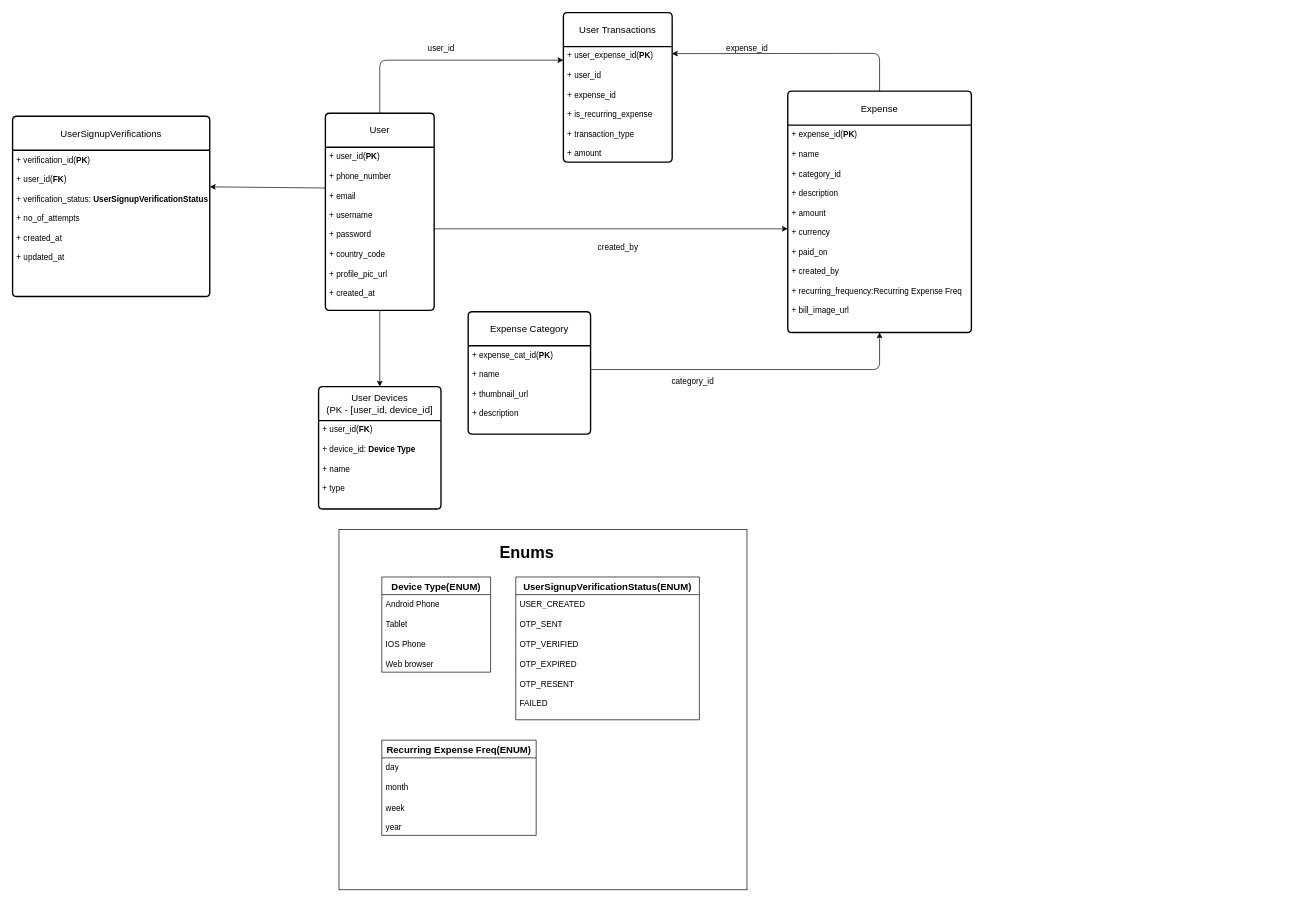
This is design/models.drawio from srikarpohar/expense-tracker, a draw.io file, before an edit. Source tidied: cells renumbered, new cells numbered last; positions are measured from the earlier drawing's top-left corner, leaving out a move shared by most shapes. Both pictures are drawn from the tidied source at 68%, with x=0, y=0 at pixel (12, 12).
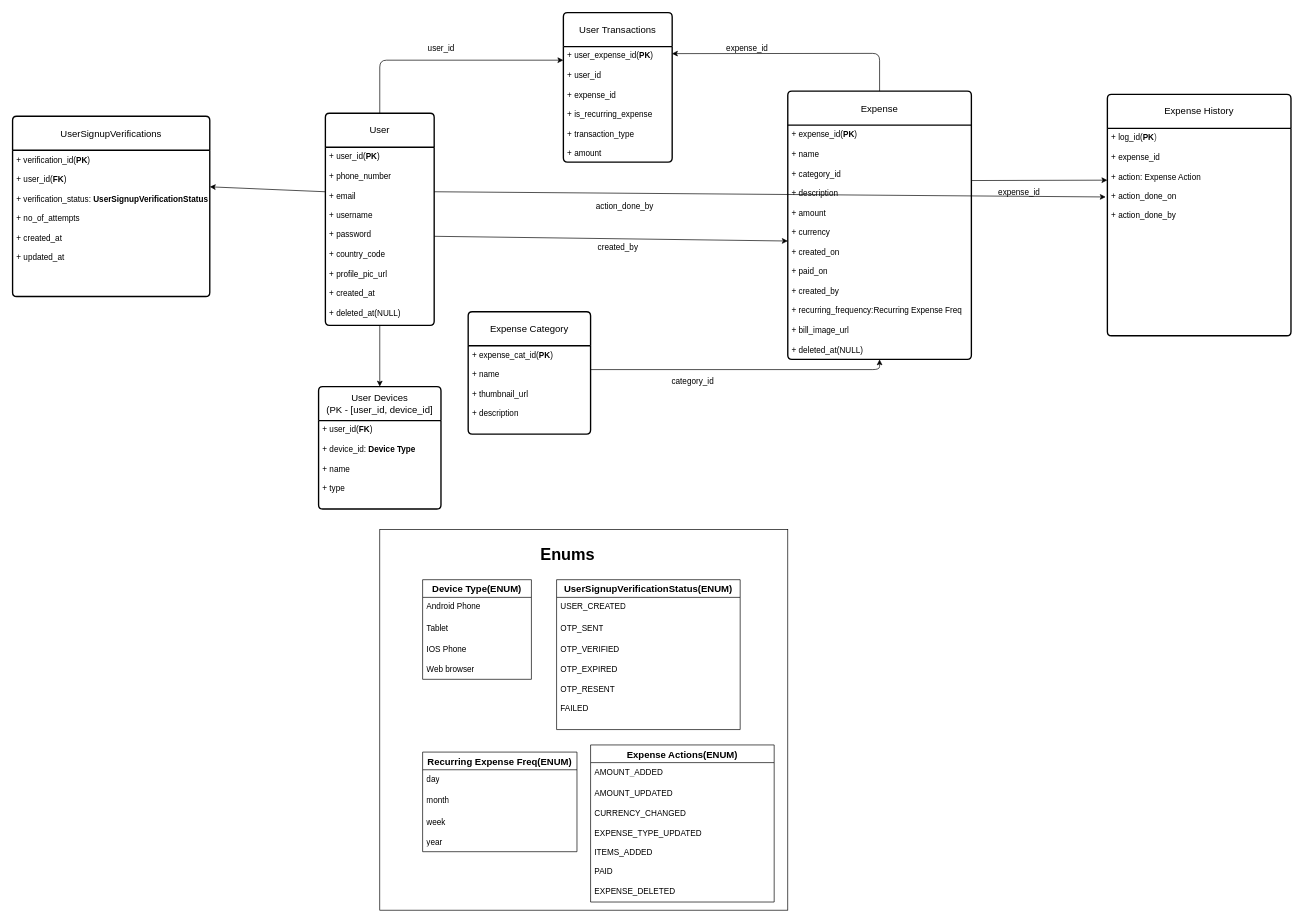
After the change.

Commit message (it also covers changes not shown here):
updated models for soft deletion

The edit, as a diff of the source:
```diff
@@
     <mxCell id="2" value="User" style="swimlane;horizontal=1;startSize=50;rounded=1;fontSize=14;fontStyle=0;strokeWidth=2;shadow=0;dashed=0;align=center;arcSize=4;whiteSpace=wrap;html=1;" parent="1" vertex="1">
-      <mxGeometry x="460" y="148" width="160" height="290" as="geometry" />
+      <mxGeometry x="460" y="148" width="160" height="312" as="geometry" />
     </mxCell>
-    <mxCell id="3" value="+ user_id(&lt;b&gt;PK&lt;/b&gt;)&lt;div&gt;&lt;br&gt;&lt;/div&gt;&lt;div&gt;+ phone_number&lt;/div&gt;&lt;div&gt;&lt;br&gt;&lt;/div&gt;&lt;div&gt;+ email&lt;/div&gt;&lt;div&gt;&lt;br&gt;&lt;/div&gt;&lt;div&gt;+ username&lt;/div&gt;&lt;div&gt;&lt;br&gt;&lt;/div&gt;&lt;div&gt;+ password&lt;/div&gt;&lt;div&gt;&lt;br&gt;&lt;/div&gt;&lt;div&gt;+ country_code&lt;/div&gt;&lt;div&gt;&lt;br&gt;&lt;/div&gt;&lt;div&gt;+ profile_pic_url&lt;/div&gt;&lt;div&gt;&lt;br&gt;&lt;/div&gt;&lt;div&gt;+ created_at&lt;/div&gt;" style="align=left;strokeColor=none;fillColor=none;spacingLeft=4;fontSize=12;verticalAlign=top;html=1;" parent="2" vertex="1">
-      <mxGeometry y="50" width="160" height="240" as="geometry" />
+    <mxCell id="3" value="+ user_id(&lt;b&gt;PK&lt;/b&gt;)&lt;div&gt;&lt;br&gt;&lt;/div&gt;&lt;div&gt;+ phone_number&lt;/div&gt;&lt;div&gt;&lt;br&gt;&lt;/div&gt;&lt;div&gt;+ email&lt;/div&gt;&lt;div&gt;&lt;br&gt;&lt;/div&gt;&lt;div&gt;+ username&lt;/div&gt;&lt;div&gt;&lt;br&gt;&lt;/div&gt;&lt;div&gt;+ password&lt;/div&gt;&lt;div&gt;&lt;br&gt;&lt;/div&gt;&lt;div&gt;+ country_code&lt;/div&gt;&lt;div&gt;&lt;br&gt;&lt;/div&gt;&lt;div&gt;+ profile_pic_url&lt;/div&gt;&lt;div&gt;&lt;br&gt;&lt;/div&gt;&lt;div&gt;+ created_at&lt;/div&gt;&lt;div&gt;&lt;br&gt;&lt;/div&gt;&lt;div&gt;+ deleted_at(NULL)&lt;/div&gt;" style="align=left;strokeColor=none;fillColor=none;spacingLeft=4;fontSize=12;verticalAlign=top;html=1;" parent="2" vertex="1">
+      <mxGeometry y="50" width="160" height="262" as="geometry" />
     </mxCell>
@@
     <mxCell id="11" value="Expense" style="swimlane;horizontal=1;startSize=50;rounded=1;fontSize=14;fontStyle=0;strokeWidth=2;shadow=0;dashed=0;align=center;arcSize=4;whiteSpace=wrap;html=1;" parent="1" vertex="1">
-      <mxGeometry x="1140" y="115.5" width="270" height="355" as="geometry" />
+      <mxGeometry x="1140" y="115.5" width="270" height="394.5" as="geometry" />
     </mxCell>
-    <mxCell id="12" value="+ expense_id(&lt;b&gt;PK&lt;/b&gt;)&lt;div&gt;&lt;br&gt;&lt;/div&gt;&lt;div&gt;+ name&lt;/div&gt;&lt;div&gt;&lt;br&gt;&lt;/div&gt;&lt;div&gt;+ category_id&lt;/div&gt;&lt;div&gt;&lt;br&gt;&lt;/div&gt;&lt;div&gt;+ description&lt;/div&gt;&lt;div&gt;&lt;br&gt;&lt;/div&gt;&lt;div&gt;+ amount&lt;/div&gt;&lt;div&gt;&lt;br&gt;&lt;/div&gt;&lt;div&gt;+ currency&lt;/div&gt;&lt;div&gt;&lt;br&gt;&lt;/div&gt;&lt;div&gt;+ paid_on&lt;/div&gt;&lt;div&gt;&lt;br&gt;&lt;/div&gt;&lt;div&gt;+ created_by&lt;/div&gt;&lt;div&gt;&lt;br&gt;&lt;/div&gt;&lt;div&gt;+ recurring_frequency:&lt;span style=&quot;color: rgb(0, 0, 0); text-align: center; background-color: transparent;&quot;&gt;&lt;font&gt;Recurring Expense Freq&lt;/font&gt;&lt;/span&gt;&lt;/div&gt;&lt;div&gt;&lt;br&gt;&lt;/div&gt;&lt;div&gt;+ bill_image_url&lt;/div&gt;" style="align=left;strokeColor=none;fillColor=none;spacingLeft=4;fontSize=12;verticalAlign=top;html=1;" parent="11" vertex="1">
-      <mxGeometry y="50" width="270" height="305" as="geometry" />
+    <mxCell id="12" value="+ expense_id(&lt;b&gt;PK&lt;/b&gt;)&lt;div&gt;&lt;br&gt;&lt;/div&gt;&lt;div&gt;+ name&lt;/div&gt;&lt;div&gt;&lt;br&gt;&lt;/div&gt;&lt;div&gt;+ category_id&lt;/div&gt;&lt;div&gt;&lt;br&gt;&lt;/div&gt;&lt;div&gt;+ description&lt;/div&gt;&lt;div&gt;&lt;br&gt;&lt;/div&gt;&lt;div&gt;+ amount&lt;/div&gt;&lt;div&gt;&lt;br&gt;&lt;/div&gt;&lt;div&gt;+ currency&lt;/div&gt;&lt;div&gt;&lt;br&gt;&lt;/div&gt;&lt;div&gt;+ created_on&lt;/div&gt;&lt;div&gt;&lt;br&gt;&lt;/div&gt;&lt;div&gt;+ paid_on&lt;/div&gt;&lt;div&gt;&lt;br&gt;&lt;/div&gt;&lt;div&gt;+ created_by&lt;/div&gt;&lt;div&gt;&lt;br&gt;&lt;/div&gt;&lt;div&gt;+ recurring_frequency:&lt;span style=&quot;color: rgb(0, 0, 0); text-align: center; background-color: transparent;&quot;&gt;&lt;font&gt;Recurring Expense Freq&lt;/font&gt;&lt;/span&gt;&lt;/div&gt;&lt;div&gt;&lt;br&gt;&lt;/div&gt;&lt;div&gt;+ bill_image_url&lt;/div&gt;&lt;div&gt;&lt;br&gt;&lt;/div&gt;&lt;div&gt;+ deleted_at(NULL)&lt;/div&gt;" style="align=left;strokeColor=none;fillColor=none;spacingLeft=4;fontSize=12;verticalAlign=top;html=1;" parent="11" vertex="1">
+      <mxGeometry y="50" width="270" height="344.5" as="geometry" />
     </mxCell>
@@
     <mxCell id="28" style="group;" parent="1" vertex="1">
-      <mxGeometry x="480" y="760" width="600" height="530" as="geometry" />
+      <mxGeometry x="540" y="760" width="600" height="560" as="geometry" />
     </mxCell>
     <mxCell id="29" style="rounded=0;whiteSpace=wrap;html=1;" parent="28" vertex="1">
-      <mxGeometry width="600" height="530" as="geometry" />
+      <mxGeometry width="600" height="560" as="geometry" />
     </mxCell>
     <mxCell id="30" value="Device Type(ENUM)" style="swimlane;fontStyle=1;horizontal=1;startSize=26;align=center;fontSize=14;" parent="28" vertex="1">
-      <mxGeometry x="63" y="70" width="160" height="140" as="geometry" />
+      <mxGeometry x="63" y="74" width="160" height="146.5" as="geometry" />
     </mxCell>
     <mxCell id="31" value="Android Phone" style="text;strokeColor=none;fillColor=none;spacingLeft=4;spacingRight=4;overflow=hidden;fontSize=12;whiteSpace=wrap;html=1;" parent="30" vertex="1">
-      <mxGeometry y="26" width="160" height="30" as="geometry" />
+      <mxGeometry y="26" width="160" height="31.7" as="geometry" />
     </mxCell>
     <mxCell id="32" value="Tablet" style="text;strokeColor=none;fillColor=none;spacingLeft=4;spacingRight=4;overflow=hidden;fontSize=12;whiteSpace=wrap;html=1;" parent="30" vertex="1">
-      <mxGeometry y="56" width="160" height="30" as="geometry" />
+      <mxGeometry y="57.7" width="160" height="31.7" as="geometry" />
     </mxCell>
     <mxCell id="33" value="IOS Phone&lt;div&gt;&lt;br&gt;&lt;/div&gt;&lt;div&gt;Web browser&lt;/div&gt;" style="text;strokeColor=none;fillColor=none;spacingLeft=4;spacingRight=4;overflow=hidden;fontSize=12;whiteSpace=wrap;html=1;" parent="30" vertex="1">
-      <mxGeometry y="86" width="160" height="54" as="geometry" />
+      <mxGeometry y="89.4" width="160" height="57.1" as="geometry" />
     </mxCell>
     <mxCell id="34" value="UserSignupVerificationStatus(ENUM)" style="swimlane;fontStyle=1;horizontal=1;startSize=26;align=center;fontSize=14;" parent="28" vertex="1">
-      <mxGeometry x="260" y="70" width="270" height="210" as="geometry" />
+      <mxGeometry x="260" y="74" width="270" height="220.4" as="geometry" />
     </mxCell>
     <mxCell id="35" value="USER_CREATED" style="text;strokeColor=none;fillColor=none;spacingLeft=4;spacingRight=4;overflow=hidden;fontSize=12;whiteSpace=wrap;html=1;" parent="34" vertex="1">
-      <mxGeometry y="26" width="270" height="30" as="geometry" />
+      <mxGeometry y="26" width="270" height="31.7" as="geometry" />
     </mxCell>
     <mxCell id="36" value="OTP_SENT" style="text;strokeColor=none;fillColor=none;spacingLeft=4;spacingRight=4;overflow=hidden;fontSize=12;whiteSpace=wrap;html=1;" parent="34" vertex="1">
-      <mxGeometry y="56" width="270" height="30" as="geometry" />
+      <mxGeometry y="57.7" width="270" height="31.7" as="geometry" />
     </mxCell>
     <mxCell id="37" value="OTP_VERIFIED&lt;div&gt;&lt;br&gt;&lt;/div&gt;&lt;div&gt;OTP_EXPIRED&lt;/div&gt;&lt;div&gt;&lt;br&gt;&lt;/div&gt;&lt;div&gt;OTP_RESENT&lt;/div&gt;&lt;div&gt;&lt;br&gt;&lt;/div&gt;&lt;div&gt;FAILED&lt;/div&gt;" style="text;strokeColor=none;fillColor=none;spacingLeft=4;spacingRight=4;overflow=hidden;fontSize=12;whiteSpace=wrap;html=1;" parent="34" vertex="1">
-      <mxGeometry y="86" width="270" height="124" as="geometry" />
+      <mxGeometry y="89.4" width="270" height="131" as="geometry" />
     </mxCell>
     <mxCell id="38" value="Recurring Expense Freq(ENUM)" style="swimlane;fontStyle=1;horizontal=1;startSize=26;align=center;fontSize=14;" parent="28" vertex="1">
-      <mxGeometry x="63" y="310" width="227" height="140" as="geometry" />
+      <mxGeometry x="63" y="327.5" width="227" height="146.5" as="geometry" />
     </mxCell>
     <mxCell id="39" value="day" style="text;strokeColor=none;fillColor=none;spacingLeft=4;spacingRight=4;overflow=hidden;fontSize=12;whiteSpace=wrap;html=1;" parent="38" vertex="1">
-      <mxGeometry y="26" width="227" height="30" as="geometry" />
+      <mxGeometry y="26" width="227" height="31.7" as="geometry" />
     </mxCell>
     <mxCell id="40" value="month" style="text;strokeColor=none;fillColor=none;spacingLeft=4;spacingRight=4;overflow=hidden;fontSize=12;whiteSpace=wrap;html=1;" parent="38" vertex="1">
-      <mxGeometry y="56" width="227" height="30" as="geometry" />
+      <mxGeometry y="57.7" width="227" height="31.7" as="geometry" />
     </mxCell>
     <mxCell id="41" value="week&lt;div&gt;&lt;br&gt;&lt;/div&gt;&lt;div&gt;year&lt;/div&gt;" style="text;strokeColor=none;fillColor=none;spacingLeft=4;spacingRight=4;overflow=hidden;fontSize=12;whiteSpace=wrap;html=1;" parent="38" vertex="1">
-      <mxGeometry y="86" width="227" height="54" as="geometry" />
+      <mxGeometry y="89.4" width="227" height="57.1" as="geometry" />
     </mxCell>
     <mxCell id="42" value="&lt;font style=&quot;font-size: 24px;&quot;&gt;&lt;b style=&quot;&quot;&gt;Enums&lt;/b&gt;&lt;/font&gt;" style="text;html=1;align=center;verticalAlign=middle;whiteSpace=wrap;rounded=0;" parent="28" vertex="1">
-      <mxGeometry x="223" y="20" width="107" height="30" as="geometry" />
+      <mxGeometry x="223" y="21.1" width="107" height="31.7" as="geometry" />
     </mxCell>
+    <mxCell id="43" value="Expense Actions(ENUM)" style="swimlane;fontStyle=1;horizontal=1;startSize=26;align=center;fontSize=14;" parent="28" vertex="1">
+      <mxGeometry x="310" y="317" width="270" height="231" as="geometry" />
+    </mxCell>
+    <mxCell id="44" value="AMOUNT_ADDED" style="text;strokeColor=none;fillColor=none;spacingLeft=4;spacingRight=4;overflow=hidden;fontSize=12;whiteSpace=wrap;html=1;" parent="43" vertex="1">
+      <mxGeometry y="26" width="270" height="31.7" as="geometry" />
+    </mxCell>
+    <mxCell id="45" value="AMOUNT_UPDATED&lt;div&gt;&lt;br&gt;&lt;/div&gt;&lt;div&gt;CURRENCY_CHANGED&lt;/div&gt;&lt;div&gt;&lt;br&gt;&lt;/div&gt;&lt;div&gt;EXPENSE_TYPE_UPDATED&lt;/div&gt;&lt;div&gt;&lt;br&gt;&lt;/div&gt;&lt;div&gt;ITEMS_ADDED&lt;/div&gt;&lt;div&gt;&lt;br&gt;&lt;/div&gt;&lt;div&gt;PAID&lt;/div&gt;&lt;div&gt;&lt;br&gt;&lt;/div&gt;&lt;div&gt;EXPENSE_DELETED&lt;/div&gt;" style="text;strokeColor=none;fillColor=none;spacingLeft=4;spacingRight=4;overflow=hidden;fontSize=12;whiteSpace=wrap;html=1;" parent="43" vertex="1">
+      <mxGeometry y="57.7" width="270" height="173.3" as="geometry" />
+    </mxCell>
+    <mxCell id="46" value="Expense History" style="swimlane;horizontal=1;startSize=50;rounded=1;fontSize=14;fontStyle=0;strokeWidth=2;shadow=0;dashed=0;align=center;arcSize=4;whiteSpace=wrap;html=1;" parent="1" vertex="1">
+      <mxGeometry x="1610" y="120.2" width="270" height="355" as="geometry" />
+    </mxCell>
+    <mxCell id="47" value="&lt;div&gt;+ log_id(&lt;b&gt;PK&lt;/b&gt;&lt;span style=&quot;color: rgb(63, 63, 63); background-color: transparent;&quot;&gt;)&lt;/span&gt;&lt;/div&gt;&lt;div&gt;&lt;br&gt;&lt;/div&gt;+ expense_id&lt;div&gt;&lt;br&gt;&lt;/div&gt;&lt;div&gt;+ action: Expense Action&lt;/div&gt;&lt;div&gt;&lt;br&gt;&lt;/div&gt;&lt;div&gt;+ action_done_on&lt;/div&gt;&lt;div&gt;&lt;br&gt;&lt;/div&gt;&lt;div&gt;+ action_done_by&lt;/div&gt;" style="align=left;strokeColor=none;fillColor=none;spacingLeft=4;fontSize=12;verticalAlign=top;html=1;" parent="46" vertex="1">
+      <mxGeometry y="50" width="270" height="305" as="geometry" />
+    </mxCell>
+    <mxCell id="48" style="group;" parent="1" vertex="1">
+      <mxGeometry x="1410" y="247" width="110" height="33" as="geometry" />
+    </mxCell>
+    <mxCell id="49" style="edgeStyle=none;html=1;entryX=0;entryY=0.25;entryDx=0;entryDy=0;" parent="48" edge="1" target="47">
+      <mxGeometry relative="1" as="geometry">
+        <mxPoint as="sourcePoint" />
+      </mxGeometry>
+    </mxCell>
+    <mxCell id="50" value="expense_id" style="text;html=1;align=center;verticalAlign=middle;strokeColor=none;fillColor=none;" parent="48" vertex="1">
+      <mxGeometry x="30" y="3" width="80" height="30" as="geometry" />
+    </mxCell>
+    <mxCell id="51" style="group;" parent="1" vertex="1">
+      <mxGeometry x="845" y="270" width="110" height="30" as="geometry" />
+    </mxCell>
+    <mxCell id="52" style="edgeStyle=none;html=1;exitX=1;exitY=0.25;exitDx=0;exitDy=0;entryX=-0.009;entryY=0.331;entryDx=0;entryDy=0;entryPerimeter=0;" parent="51" edge="1" source="3" target="47">
+      <mxGeometry relative="1" as="geometry" />
+    </mxCell>
+    <mxCell id="53" value="action_done_by" style="text;html=1;align=center;verticalAlign=middle;strokeColor=none;fillColor=none;" parent="51" vertex="1">
+      <mxGeometry width="110" height="30" as="geometry" />
+    </mxCell>
```
